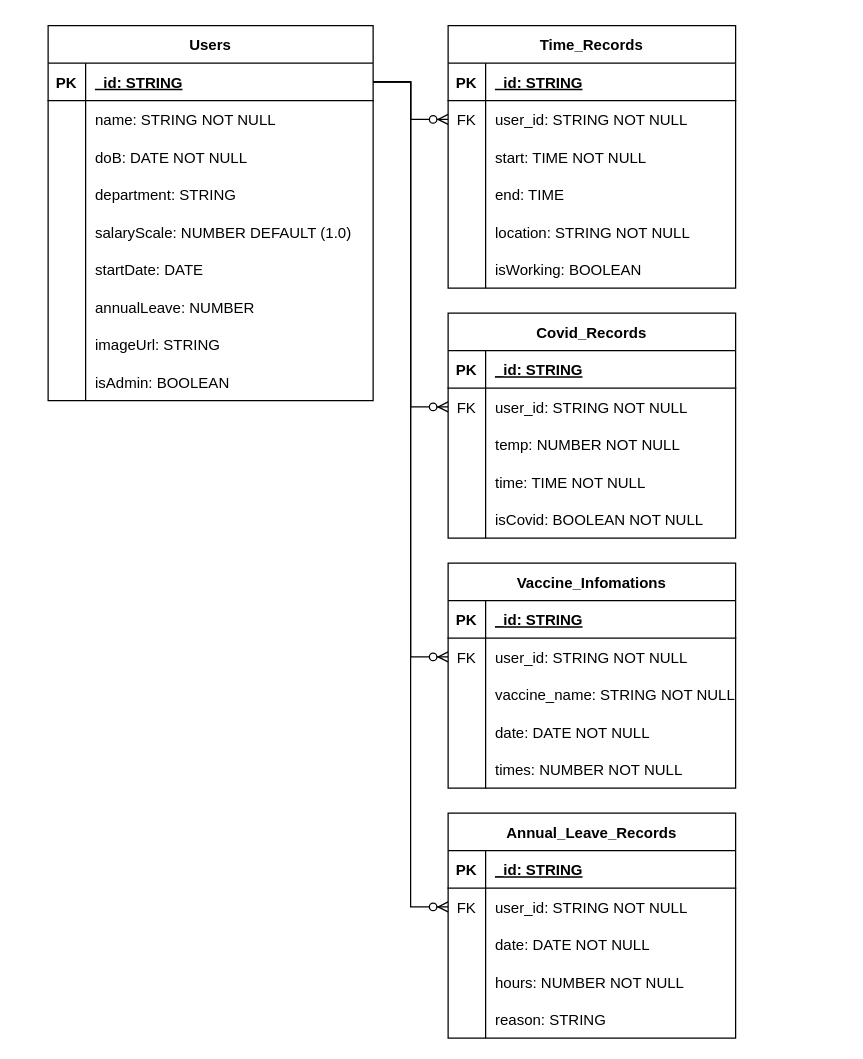
shineofichi/StaffsManager keeps this draw.io diagram as Untitled Diagram.drawio. Above is the earlier version. Source tidied: cells renumbered, new cells numbered last; positions are measured from the earlier drawing's top-left corner, leaving out a move shared by most shapes. Both pictures are drawn from the tidied source at 125%, with x=0, y=0 at pixel (48, 25).
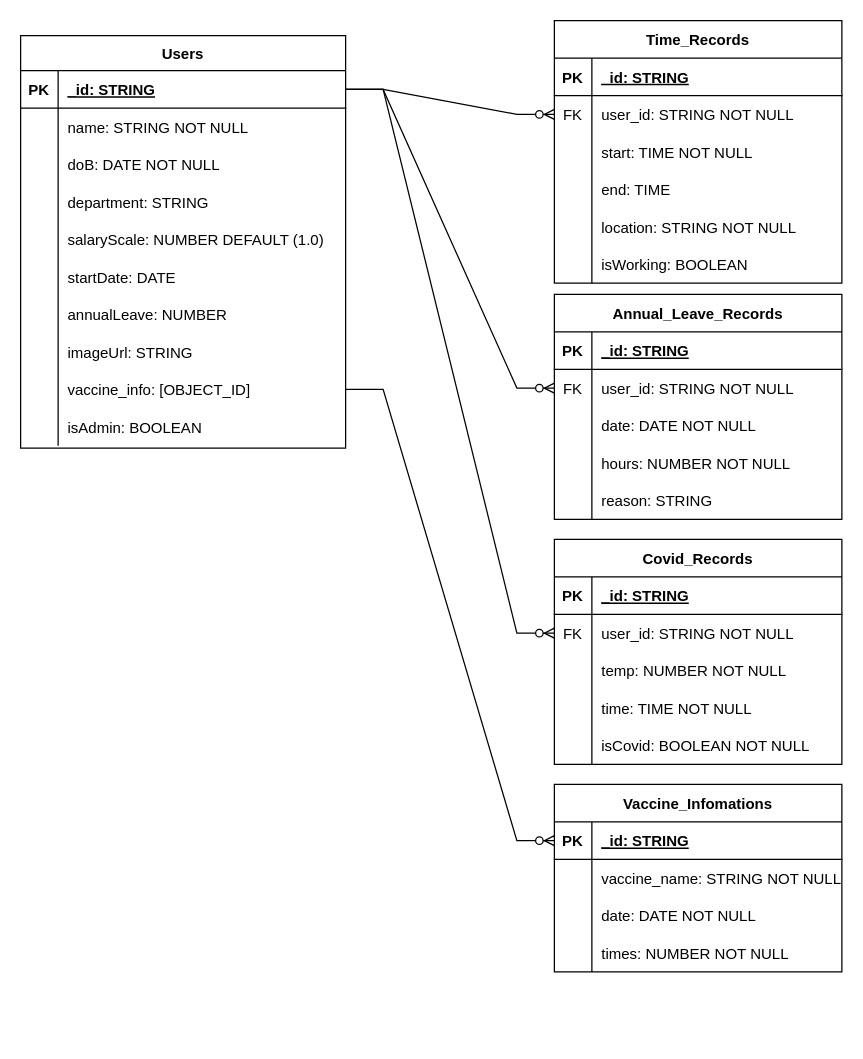
The same page after the edit.

Commit message:
Redesign vaccine info table.drawio

Unchanged cells that the change refers to:
```xml
<mxCell id="67" style="shape=tableRow;horizontal=0;startSize=0;swimlaneHead=0;swimlaneBody=0;fillColor=none;points=[[0,0.5],[1,0.5]];portConstraint=eastwest;top=0;left=0;right=0;bottom=1;" parent="66" vertex="1">
  <mxGeometry y="30" width="230" height="30" as="geometry" />
</mxCell>
```

Diff of the diagram source:
```diff
@@
-    <mxCell id="2" value="Users" style="shape=table;startSize=30;childLayout=tableLayout;rowLines=0;fontStyle=1;align=center;" parent="1" vertex="1">
-      <mxGeometry width="260" height="300" as="geometry" />
+    <mxCell id="2" value="Users" style="shape=table;startSize=28;childLayout=tableLayout;rowLines=0;fontStyle=1;align=center;" parent="1" vertex="1">
+      <mxGeometry x="-22" y="8" width="260" height="330" as="geometry" />
     </mxCell>
     <mxCell id="3" style="shape=tableRow;horizontal=0;startSize=0;swimlaneHead=0;swimlaneBody=0;fillColor=none;points=[[0,0.5],[1,0.5]];portConstraint=eastwest;top=0;left=0;right=0;bottom=1;" parent="2" vertex="1">
-      <mxGeometry y="30" width="260" height="30" as="geometry" />
+      <mxGeometry y="28" width="260" height="30" as="geometry" />
     </mxCell>
@@
     <mxCell id="6" style="shape=tableRow;horizontal=0;startSize=0;swimlaneHead=0;swimlaneBody=0;fillColor=none;top=0;left=0;right=0;bottom=0;" parent="2" vertex="1">
-      <mxGeometry y="60" width="260" height="30" as="geometry" />
+      <mxGeometry y="58" width="260" height="30" as="geometry" />
     </mxCell>
@@
     <mxCell id="9" style="shape=tableRow;horizontal=0;startSize=0;swimlaneHead=0;swimlaneBody=0;fillColor=none;top=0;left=0;right=0;bottom=0;" parent="2" vertex="1">
-      <mxGeometry y="90" width="260" height="30" as="geometry" />
+      <mxGeometry y="88" width="260" height="30" as="geometry" />
     </mxCell>
@@
     <mxCell id="12" style="shape=tableRow;horizontal=0;startSize=0;swimlaneHead=0;swimlaneBody=0;fillColor=none;top=0;left=0;right=0;bottom=0;" parent="2" vertex="1">
-      <mxGeometry y="120" width="260" height="30" as="geometry" />
+      <mxGeometry y="118" width="260" height="30" as="geometry" />
     </mxCell>
@@
     <mxCell id="15" style="shape=tableRow;horizontal=0;startSize=0;swimlaneHead=0;swimlaneBody=0;fillColor=none;top=0;left=0;right=0;bottom=0;" parent="2" vertex="1">
-      <mxGeometry y="150" width="260" height="30" as="geometry" />
+      <mxGeometry y="148" width="260" height="30" as="geometry" />
     </mxCell>
@@
     <mxCell id="18" style="shape=tableRow;horizontal=0;startSize=0;swimlaneHead=0;swimlaneBody=0;fillColor=none;top=0;left=0;right=0;bottom=0;" parent="2" vertex="1">
-      <mxGeometry y="180" width="260" height="30" as="geometry" />
+      <mxGeometry y="178" width="260" height="30" as="geometry" />
     </mxCell>
@@
     <mxCell id="21" style="shape=tableRow;horizontal=0;startSize=0;swimlaneHead=0;swimlaneBody=0;fillColor=none;top=0;left=0;right=0;bottom=0;" parent="2" vertex="1">
-      <mxGeometry y="210" width="260" height="30" as="geometry" />
+      <mxGeometry y="208" width="260" height="30" as="geometry" />
     </mxCell>
@@
     <mxCell id="24" style="shape=tableRow;horizontal=0;startSize=0;swimlaneHead=0;swimlaneBody=0;fillColor=none;top=0;left=0;right=0;bottom=0;" parent="2" vertex="1">
-      <mxGeometry y="240" width="260" height="30" as="geometry" />
+      <mxGeometry y="238" width="260" height="30" as="geometry" />
     </mxCell>
@@
+    <mxCell id="101" style="shape=tableRow;horizontal=0;startSize=0;swimlaneHead=0;swimlaneBody=0;fillColor=none;points=[[0,0.5],[1,0.5]];portConstraint=eastwest;top=0;left=0;right=0;bottom=0;" parent="2" vertex="1">
+      <mxGeometry y="268" width="260" height="30" as="geometry" />
+    </mxCell>
+    <mxCell id="102" style="shape=partialRectangle;fillColor=none;top=0;left=0;bottom=0;right=0;overflow=hidden;" parent="101" vertex="1">
+      <mxGeometry width="30" height="30" as="geometry" />
+    </mxCell>
+    <mxCell id="103" value="vaccine_info: [OBJECT_ID]" style="shape=partialRectangle;fillColor=none;top=0;left=0;bottom=0;right=0;align=left;spacingLeft=6;overflow=hidden;" parent="101" vertex="1">
+      <mxGeometry x="30" width="230" height="30" as="geometry" />
+    </mxCell>
     <mxCell id="27" style="shape=tableRow;horizontal=0;startSize=0;swimlaneHead=0;swimlaneBody=0;fillColor=none;top=0;left=0;right=0;bottom=0;" parent="2" vertex="1">
-      <mxGeometry y="270" width="260" height="30" as="geometry" />
+      <mxGeometry y="298" width="260" height="30" as="geometry" />
     </mxCell>
@@
     <mxCell id="30" value="Time_Records" style="shape=table;startSize=30;childLayout=tableLayout;rowLines=0;fontStyle=1;align=center;" parent="1" vertex="1">
-      <mxGeometry x="320" width="230" height="210" as="geometry" />
+      <mxGeometry x="405" y="-4" width="230" height="210" as="geometry" />
     </mxCell>
@@
     <mxCell id="49" value="Covid_Records" style="shape=table;startSize=30;childLayout=tableLayout;rowLines=0;fontStyle=1;align=center;" parent="1" vertex="1">
-      <mxGeometry x="320" y="230" width="230" height="180" as="geometry" />
+      <mxGeometry x="405" y="411" width="230" height="180" as="geometry" />
     </mxCell>
@@
     <mxCell id="66" value="Vaccine_Infomations" style="shape=table;startSize=30;childLayout=tableLayout;rowLines=0;fontStyle=1;align=center;" parent="1" vertex="1">
-      <mxGeometry x="320" y="430" width="230" height="180" as="geometry" />
+      <mxGeometry x="405" y="607" width="230" height="150" as="geometry" />
     </mxCell>
@@
-    <mxCell id="70" style="shape=tableRow;horizontal=0;startSize=0;swimlaneHead=0;swimlaneBody=0;fillColor=none;points=[[0,0.5],[1,0.5]];portConstraint=eastwest;top=0;left=0;right=0;bottom=0;" parent="66" vertex="1">
-      <mxGeometry y="60" width="230" height="30" as="geometry" />
-    </mxCell>
-    <mxCell id="71" value="FK" style="shape=partialRectangle;fillColor=none;top=0;left=0;bottom=0;right=0;overflow=hidden;" parent="70" vertex="1">
-      <mxGeometry width="30" height="30" as="geometry" />
-    </mxCell>
-    <mxCell id="72" value="user_id: STRING NOT NULL" style="shape=partialRectangle;fillColor=none;top=0;left=0;bottom=0;right=0;align=left;spacingLeft=6;overflow=hidden;" parent="70" vertex="1">
-      <mxGeometry x="30" width="200" height="30" as="geometry" />
-    </mxCell>
     <mxCell id="73" style="shape=tableRow;horizontal=0;startSize=0;swimlaneHead=0;swimlaneBody=0;fillColor=none;top=0;left=0;right=0;bottom=0;" parent="66" vertex="1">
-      <mxGeometry y="90" width="230" height="30" as="geometry" />
+      <mxGeometry y="60" width="230" height="30" as="geometry" />
     </mxCell>
@@
     <mxCell id="76" style="shape=tableRow;horizontal=0;startSize=0;swimlaneHead=0;swimlaneBody=0;fillColor=none;top=0;left=0;right=0;bottom=0;" parent="66" vertex="1">
-      <mxGeometry y="120" width="230" height="30" as="geometry" />
+      <mxGeometry y="90" width="230" height="30" as="geometry" />
     </mxCell>
@@
     <mxCell id="79" style="shape=tableRow;horizontal=0;startSize=0;swimlaneHead=0;swimlaneBody=0;fillColor=none;top=0;left=0;right=0;bottom=0;" parent="66" vertex="1">
-      <mxGeometry y="150" width="230" height="30" as="geometry" />
+      <mxGeometry y="120" width="230" height="30" as="geometry" />
     </mxCell>
@@
-    <mxCell id="82" style="edgeStyle=entityRelationEdgeStyle;fontSize=12;html=1;endArrow=ERzeroToMany;endFill=1;rounded=0;exitX=1;exitY=0.5;exitDx=0;exitDy=0;entryX=0;entryY=0.5;entryDx=0;entryDy=0;" parent="1" edge="1" source="3" target="70">
+    <mxCell id="82" style="edgeStyle=entityRelationEdgeStyle;fontSize=12;html=1;endArrow=ERzeroToMany;endFill=1;rounded=0;exitX=1;exitY=0.5;exitDx=0;exitDy=0;entryX=0;entryY=0.5;entryDx=0;entryDy=0;" parent="1" edge="1" source="101" target="67">
       <mxGeometry relative="1" as="geometry" />
     </mxCell>
@@
     <mxCell id="84" value="Annual_Leave_Records" style="shape=table;startSize=30;childLayout=tableLayout;rowLines=0;fontStyle=1;align=center;" parent="1" vertex="1">
-      <mxGeometry x="320" y="630" width="230" height="180" as="geometry" />
+      <mxGeometry x="405" y="215" width="230" height="180" as="geometry" />
     </mxCell>
```
